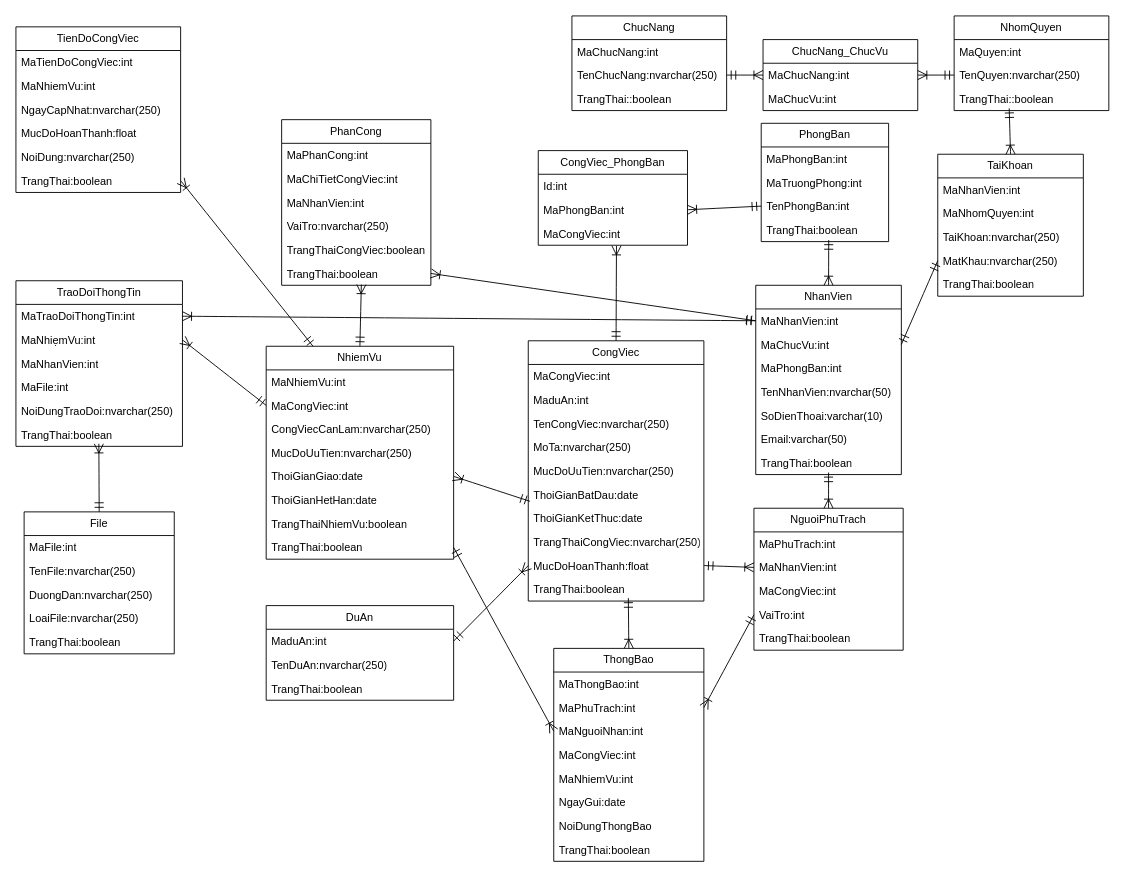
The draw.io diagram new dacn+.net.drawio in maivantai2003/vercelDemo, before the edit. Source tidied: cells renumbered, new cells numbered last; positions are measured from the earlier drawing's top-left corner, leaving out a move shared by most shapes. Both pictures are drawn from the tidied source at 91%, with x=0, y=0 at pixel (15, 15).
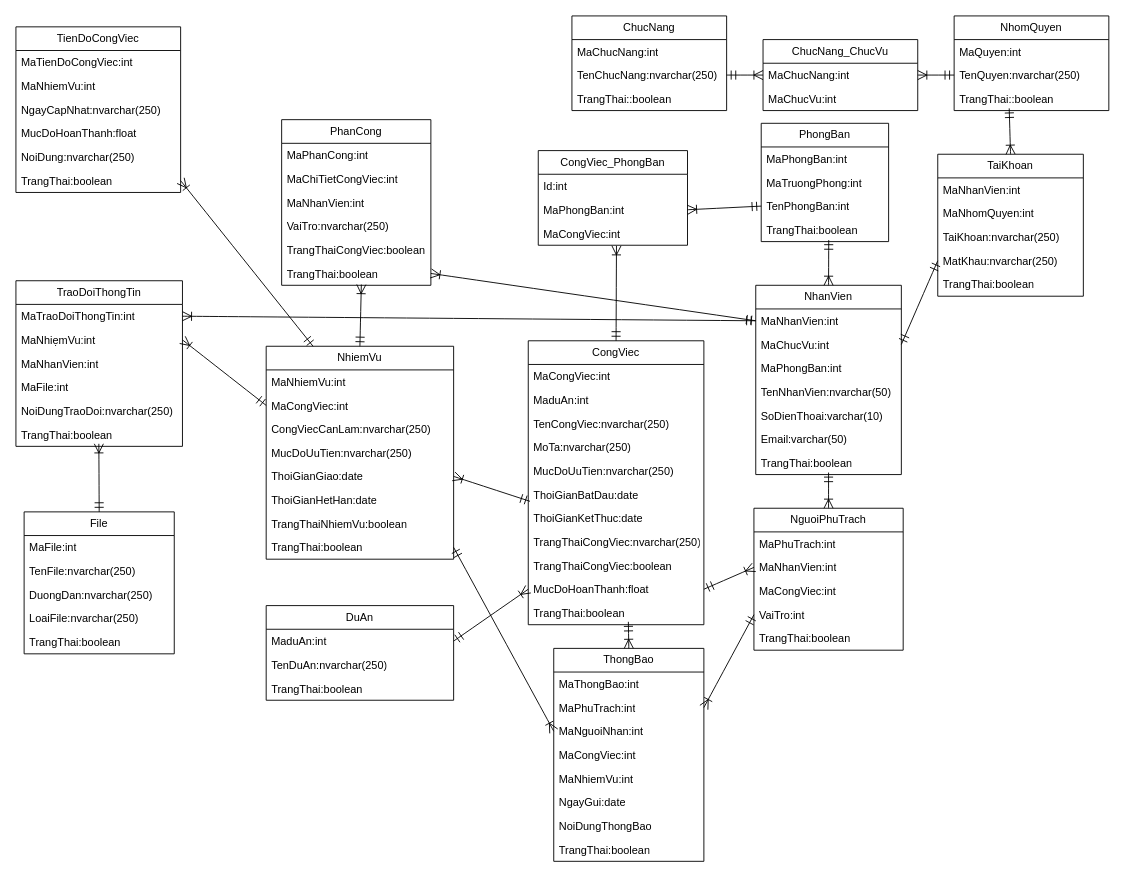
The same page after the edit.

Commit message (it also covers changes not shown here):
Cập nhật new dacn+.net.drawio

What changed in the source:
```diff
@@
     <mxCell id="14" value="CongViec" style="swimlane;fontStyle=0;horizontal=1;startSize=26;fillColor=none;whiteSpace=wrap;html=1;" parent="1" vertex="1">
-      <mxGeometry x="563" y="357" width="193" height="286" as="geometry" />
+      <mxGeometry x="563" y="357" width="193" height="312" as="geometry" />
     </mxCell>
@@
+    <mxCell id="123" value="TrangThaiCongViec:boolean" style="text;strokeColor=none;fillColor=none;align=left;verticalAlign=top;spacingLeft=4;spacingRight=4;overflow=hidden;whiteSpace=wrap;html=1;" parent="14" vertex="1">
+      <mxGeometry y="234" width="193" height="26" as="geometry" />
+    </mxCell>
     <mxCell id="23" value="MucDoHoanThanh:float" style="text;strokeColor=none;fillColor=none;align=left;verticalAlign=top;spacingLeft=4;spacingRight=4;overflow=hidden;points=[[0,0.5],[1,0.5]];portConstraint=eastwest;whiteSpace=wrap;html=1;" parent="14" vertex="1">
-      <mxGeometry y="234" width="193" height="26" as="geometry" />
+      <mxGeometry y="260" width="193" height="26" as="geometry" />
     </mxCell>
     <mxCell id="24" value="TrangThai:boolean" style="text;strokeColor=none;fillColor=none;align=left;verticalAlign=top;spacingLeft=4;spacingRight=4;overflow=hidden;points=[[0,0.5],[1,0.5]];portConstraint=eastwest;whiteSpace=wrap;html=1;" parent="14" vertex="1">
-      <mxGeometry y="260" width="193" height="26" as="geometry" />
+      <mxGeometry y="286" width="193" height="26" as="geometry" />
     </mxCell>
```
